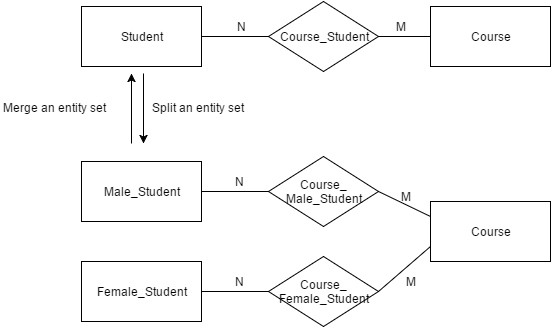
Before: diagram/Split&Merge.png, a diagram exported from draw.io (jackey1510/TopicsInCS). Source tidied: cells renumbered, new cells last; positions are measured from the earlier drawing's top-left corner, leaving out a move shared by most shapes. Its diagram source:
```xml
<mxGraphModel background="#ffffff">
  <root>
    <mxCell id="0" />
    <mxCell id="1" parent="0" />
    <mxCell id="2" style="edgeStyle=none;rounded=0;html=1;exitX=1;exitY=0.5;entryX=0;entryY=0.5;endArrow=none;endFill=0;jettySize=auto;" parent="1" edge="1" source="3" target="6">
      <mxGeometry relative="1" as="geometry" />
    </mxCell>
    <mxCell id="3" value="Student" style="whiteSpace=wrap;html=1;strokeWidth=1;" parent="1" vertex="1">
      <mxGeometry x="80" y="5" width="120" height="60" as="geometry" />
    </mxCell>
    <mxCell id="4" value="Course" style="whiteSpace=wrap;html=1;strokeWidth=1;" parent="1" vertex="1">
      <mxGeometry x="429" y="5" width="120" height="60" as="geometry" />
    </mxCell>
    <mxCell id="5" style="edgeStyle=none;rounded=0;html=1;exitX=1;exitY=0.5;entryX=0;entryY=0.5;endArrow=none;endFill=0;jettySize=auto;" parent="1" edge="1" source="6" target="4">
      <mxGeometry relative="1" as="geometry" />
    </mxCell>
    <mxCell id="6" value="Course_Student" style="rhombus;whiteSpace=wrap;html=1;strokeWidth=1;" parent="1" vertex="1">
      <mxGeometry x="267" width="110" height="70" as="geometry" />
    </mxCell>
    <mxCell id="7" style="edgeStyle=none;rounded=0;html=1;exitX=0;exitY=0.5;entryX=0;entryY=0.5;endArrow=none;endFill=0;jettySize=auto;orthogonalLoop=1;" parent="1" edge="1" source="4" target="4">
      <mxGeometry relative="1" as="geometry" />
    </mxCell>
    <mxCell id="8" value="N" style="text;html=1;strokeColor=none;fillColor=none;align=center;verticalAlign=middle;whiteSpace=wrap;" parent="1" vertex="1">
      <mxGeometry x="219" y="15" width="40" height="20" as="geometry" />
    </mxCell>
    <mxCell id="9" value="M" style="text;html=1;strokeColor=none;fillColor=none;align=center;verticalAlign=middle;whiteSpace=wrap;" parent="1" vertex="1">
      <mxGeometry x="379" y="15" width="40" height="20" as="geometry" />
    </mxCell>
    <mxCell id="10" style="edgeStyle=none;rounded=0;html=1;exitX=1;exitY=0.5;entryX=0;entryY=0.5;endArrow=none;endFill=0;jettySize=auto;" parent="1" edge="1" source="11" target="15">
      <mxGeometry x="287" y="365" as="geometry" />
    </mxCell>
    <mxCell id="11" value="Female_Student" style="whiteSpace=wrap;html=1;strokeWidth=1;" parent="1" vertex="1">
      <mxGeometry x="80" y="260" width="120" height="60" as="geometry" />
    </mxCell>
    <mxCell id="12" style="edgeStyle=none;rounded=0;html=1;exitX=0;exitY=0.25;entryX=1;entryY=0.5;endArrow=none;endFill=0;jettySize=auto;" parent="1" edge="1" source="13" target="22">
      <mxGeometry relative="1" as="geometry" />
    </mxCell>
    <mxCell id="13" value="Course" style="whiteSpace=wrap;html=1;strokeWidth=1;" parent="1" vertex="1">
      <mxGeometry x="429" y="200" width="120" height="60" as="geometry" />
    </mxCell>
    <mxCell id="14" style="edgeStyle=none;rounded=0;html=1;exitX=1;exitY=0.5;entryX=0;entryY=0.75;endArrow=none;endFill=0;jettySize=auto;" parent="1" edge="1" source="15" target="13">
      <mxGeometry x="455" y="365" as="geometry" />
    </mxCell>
    <mxCell id="15" value="Course_&lt;div&gt;Female_&lt;span&gt;Student&lt;/span&gt;&lt;/div&gt;" style="rhombus;whiteSpace=wrap;html=1;strokeWidth=1;" parent="1" vertex="1">
      <mxGeometry x="267" y="255" width="110" height="70" as="geometry" />
    </mxCell>
    <mxCell id="16" style="edgeStyle=none;rounded=0;html=1;exitX=0;exitY=0.5;entryX=0;entryY=0.5;endArrow=none;endFill=0;jettySize=auto;orthogonalLoop=1;" parent="1" edge="1" source="13" target="13">
      <mxGeometry x="507" y="365" as="geometry" />
    </mxCell>
    <mxCell id="17" value="N" style="text;html=1;strokeColor=none;fillColor=none;align=center;verticalAlign=middle;whiteSpace=wrap;" parent="1" vertex="1">
      <mxGeometry x="217" y="270" width="40" height="20" as="geometry" />
    </mxCell>
    <mxCell id="18" value="M" style="text;html=1;strokeColor=none;fillColor=none;align=center;verticalAlign=middle;whiteSpace=wrap;" parent="1" vertex="1">
      <mxGeometry x="389" y="270" width="40" height="20" as="geometry" />
    </mxCell>
    <mxCell id="19" style="edgeStyle=none;rounded=0;html=1;exitX=1;exitY=0.5;entryX=0;entryY=0.5;endArrow=none;endFill=0;jettySize=auto;" parent="1" edge="1" source="20" target="22">
      <mxGeometry x="280" y="265" as="geometry" />
    </mxCell>
    <mxCell id="20" value="Male_Student" style="whiteSpace=wrap;html=1;strokeWidth=1;" parent="1" vertex="1">
      <mxGeometry x="80" y="160" width="120" height="60" as="geometry" />
    </mxCell>
    <mxCell id="21" style="edgeStyle=none;rounded=0;html=1;exitX=1;exitY=0.5;endArrow=none;endFill=0;jettySize=auto;orthogonalLoop=1;entryX=1;entryY=0.5;" parent="1" edge="1" source="22" target="22">
      <mxGeometry relative="1" as="geometry" />
    </mxCell>
    <mxCell id="22" value="Course_&lt;div&gt;Male_&lt;span&gt;Student&lt;/span&gt;&lt;/div&gt;" style="rhombus;whiteSpace=wrap;html=1;strokeWidth=1;" parent="1" vertex="1">
      <mxGeometry x="267" y="155" width="110" height="70" as="geometry" />
    </mxCell>
    <mxCell id="23" value="N" style="text;html=1;strokeColor=none;fillColor=none;align=center;verticalAlign=middle;whiteSpace=wrap;" parent="1" vertex="1">
      <mxGeometry x="217" y="170" width="40" height="20" as="geometry" />
    </mxCell>
    <mxCell id="24" value="M" style="text;html=1;strokeColor=none;fillColor=none;align=center;verticalAlign=middle;whiteSpace=wrap;" parent="1" vertex="1">
      <mxGeometry x="384" y="185" width="40" height="20" as="geometry" />
    </mxCell>
    <mxCell id="25" value="Split an entity set" style="text;html=1;align=left;verticalAlign=top;spacingTop=-4;" parent="1" vertex="1">
      <mxGeometry x="149" y="97" width="110" height="20" as="geometry" />
    </mxCell>
    <mxCell id="26" style="endArrow=classic;html=1;" parent="1" edge="1">
      <mxGeometry relative="1" as="geometry">
        <mxPoint x="130" y="142" as="sourcePoint" />
        <mxPoint x="130" y="72" as="targetPoint" />
      </mxGeometry>
    </mxCell>
    <mxCell id="27" value="Merge an entity set" style="text;html=1;align=left;verticalAlign=top;spacingTop=-4;" parent="1" vertex="1">
      <mxGeometry y="97" width="120" height="20" as="geometry" />
    </mxCell>
    <mxCell id="28" style="endArrow=classic;html=1;" parent="1" edge="1">
      <mxGeometry relative="1" as="geometry">
        <mxPoint x="142" y="72" as="sourcePoint" />
        <mxPoint x="142" y="142" as="targetPoint" />
      </mxGeometry>
    </mxCell>
  </root>
</mxGraphModel>
```
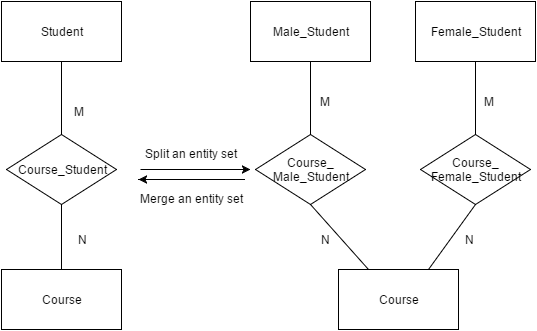
Above is the later version.

Commit message:
added and fixed some diagrams and coded the index

What changed in the source:
```diff
@@ -2,92 +2,95 @@
   <root>
     <mxCell id="0" />
     <mxCell id="1" parent="0" />
-    <mxCell id="2" style="edgeStyle=none;rounded=0;html=1;exitX=1;exitY=0.5;entryX=0;entryY=0.5;endArrow=none;endFill=0;jettySize=auto;" parent="1" edge="1" source="3" target="6">
+    <mxCell id="2" style="edgeStyle=none;rounded=0;html=1;exitX=0.5;exitY=0;entryX=0.5;entryY=1;endArrow=none;endFill=0;jettySize=auto;" parent="1" edge="1" source="4" target="6">
       <mxGeometry relative="1" as="geometry" />
     </mxCell>
     <mxCell id="3" value="Student" style="whiteSpace=wrap;html=1;strokeWidth=1;" parent="1" vertex="1">
-      <mxGeometry x="80" y="5" width="120" height="60" as="geometry" />
+      <mxGeometry x="-17" y="192" width="120" height="60" as="geometry" />
     </mxCell>
     <mxCell id="4" value="Course" style="whiteSpace=wrap;html=1;strokeWidth=1;" parent="1" vertex="1">
-      <mxGeometry x="429" y="5" width="120" height="60" as="geometry" />
+      <mxGeometry x="-17" y="460" width="120" height="60" as="geometry" />
     </mxCell>
-    <mxCell id="5" style="edgeStyle=none;rounded=0;html=1;exitX=1;exitY=0.5;entryX=0;entryY=0.5;endArrow=none;endFill=0;jettySize=auto;" parent="1" edge="1" source="6" target="4">
+    <mxCell id="5" style="edgeStyle=none;rounded=0;html=1;exitX=0.5;exitY=0;endArrow=none;endFill=0;jettySize=auto;" parent="1" edge="1" source="6" target="3">
       <mxGeometry relative="1" as="geometry" />
     </mxCell>
     <mxCell id="6" value="Course_Student" style="rhombus;whiteSpace=wrap;html=1;strokeWidth=1;" parent="1" vertex="1">
-      <mxGeometry x="267" width="110" height="70" as="geometry" />
+      <mxGeometry x="-12" y="325" width="110" height="70" as="geometry" />
     </mxCell>
     <mxCell id="7" style="edgeStyle=none;rounded=0;html=1;exitX=0;exitY=0.5;entryX=0;entryY=0.5;endArrow=none;endFill=0;jettySize=auto;orthogonalLoop=1;" parent="1" edge="1" source="4" target="4">
       <mxGeometry relative="1" as="geometry" />
     </mxCell>
     <mxCell id="8" value="N" style="text;html=1;strokeColor=none;fillColor=none;align=center;verticalAlign=middle;whiteSpace=wrap;" parent="1" vertex="1">
-      <mxGeometry x="219" y="15" width="40" height="20" as="geometry" />
+      <mxGeometry x="43" y="420" width="40" height="20" as="geometry" />
     </mxCell>
     <mxCell id="9" value="M" style="text;html=1;strokeColor=none;fillColor=none;align=center;verticalAlign=middle;whiteSpace=wrap;" parent="1" vertex="1">
-      <mxGeometry x="379" y="15" width="40" height="20" as="geometry" />
+      <mxGeometry x="40" y="292" width="40" height="20" as="geometry" />
     </mxCell>
-    <mxCell id="10" style="edgeStyle=none;rounded=0;html=1;exitX=1;exitY=0.5;entryX=0;entryY=0.5;endArrow=none;endFill=0;jettySize=auto;" parent="1" edge="1" source="11" target="15">
-      <mxGeometry x="287" y="365" as="geometry" />
+    <mxCell id="10" style="edgeStyle=none;rounded=0;html=1;exitX=0.5;exitY=0;entryX=0.5;entryY=1;endArrow=none;endFill=0;jettySize=auto;" parent="1" edge="1" source="11" target="15">
+      <mxGeometry x="380" y="367" as="geometry" />
     </mxCell>
     <mxCell id="11" value="Female_Student" style="whiteSpace=wrap;html=1;strokeWidth=1;" parent="1" vertex="1">
-      <mxGeometry x="80" y="260" width="120" height="60" as="geometry" />
+      <mxGeometry x="397" y="192" width="120" height="60" as="geometry" />
     </mxCell>
-    <mxCell id="12" style="edgeStyle=none;rounded=0;html=1;exitX=0;exitY=0.25;entryX=1;entryY=0.5;endArrow=none;endFill=0;jettySize=auto;" parent="1" edge="1" source="13" target="22">
+    <mxCell id="12" style="edgeStyle=none;rounded=0;html=1;exitX=0.25;exitY=0;entryX=0.5;entryY=1;endArrow=none;endFill=0;jettySize=auto;" parent="1" edge="1" source="13" target="22">
       <mxGeometry relative="1" as="geometry" />
     </mxCell>
     <mxCell id="13" value="Course" style="whiteSpace=wrap;html=1;strokeWidth=1;" parent="1" vertex="1">
-      <mxGeometry x="429" y="200" width="120" height="60" as="geometry" />
+      <mxGeometry x="320" y="460" width="120" height="60" as="geometry" />
     </mxCell>
-    <mxCell id="14" style="edgeStyle=none;rounded=0;html=1;exitX=1;exitY=0.5;entryX=0;entryY=0.75;endArrow=none;endFill=0;jettySize=auto;" parent="1" edge="1" source="15" target="13">
-      <mxGeometry x="455" y="365" as="geometry" />
+    <mxCell id="14" style="edgeStyle=none;rounded=0;html=1;exitX=0.5;exitY=1;entryX=0.75;entryY=0;endArrow=none;endFill=0;jettySize=auto;" parent="1" edge="1" source="15" target="13">
+      <mxGeometry x="548" y="367" as="geometry" />
     </mxCell>
     <mxCell id="15" value="Course_&lt;div&gt;Female_&lt;span&gt;Student&lt;/span&gt;&lt;/div&gt;" style="rhombus;whiteSpace=wrap;html=1;strokeWidth=1;" parent="1" vertex="1">
-      <mxGeometry x="267" y="255" width="110" height="70" as="geometry" />
+      <mxGeometry x="402" y="325" width="110" height="70" as="geometry" />
     </mxCell>
     <mxCell id="16" style="edgeStyle=none;rounded=0;html=1;exitX=0;exitY=0.5;entryX=0;entryY=0.5;endArrow=none;endFill=0;jettySize=auto;orthogonalLoop=1;" parent="1" edge="1" source="13" target="13">
-      <mxGeometry x="507" y="365" as="geometry" />
+      <mxGeometry x="600" y="367" as="geometry" />
     </mxCell>
     <mxCell id="17" value="N" style="text;html=1;strokeColor=none;fillColor=none;align=center;verticalAlign=middle;whiteSpace=wrap;" parent="1" vertex="1">
-      <mxGeometry x="217" y="270" width="40" height="20" as="geometry" />
+      <mxGeometry x="286" y="420" width="40" height="20" as="geometry" />
     </mxCell>
     <mxCell id="18" value="M" style="text;html=1;strokeColor=none;fillColor=none;align=center;verticalAlign=middle;whiteSpace=wrap;" parent="1" vertex="1">
-      <mxGeometry x="389" y="270" width="40" height="20" as="geometry" />
+      <mxGeometry x="450" y="282" width="40" height="20" as="geometry" />
     </mxCell>
-    <mxCell id="19" style="edgeStyle=none;rounded=0;html=1;exitX=1;exitY=0.5;entryX=0;entryY=0.5;endArrow=none;endFill=0;jettySize=auto;" parent="1" edge="1" source="20" target="22">
-      <mxGeometry x="280" y="265" as="geometry" />
+    <mxCell id="19" style="edgeStyle=none;rounded=0;html=1;exitX=0.5;exitY=0;entryX=0.5;entryY=1;endArrow=none;endFill=0;jettySize=auto;" parent="1" edge="1" source="20" target="22">
+      <mxGeometry x="373" y="267" as="geometry" />
     </mxCell>
     <mxCell id="20" value="Male_Student" style="whiteSpace=wrap;html=1;strokeWidth=1;" parent="1" vertex="1">
-      <mxGeometry x="80" y="160" width="120" height="60" as="geometry" />
+      <mxGeometry x="232" y="192" width="120" height="60" as="geometry" />
     </mxCell>
     <mxCell id="21" style="edgeStyle=none;rounded=0;html=1;exitX=1;exitY=0.5;endArrow=none;endFill=0;jettySize=auto;orthogonalLoop=1;entryX=1;entryY=0.5;" parent="1" edge="1" source="22" target="22">
       <mxGeometry relative="1" as="geometry" />
     </mxCell>
     <mxCell id="22" value="Course_&lt;div&gt;Male_&lt;span&gt;Student&lt;/span&gt;&lt;/div&gt;" style="rhombus;whiteSpace=wrap;html=1;strokeWidth=1;" parent="1" vertex="1">
-      <mxGeometry x="267" y="155" width="110" height="70" as="geometry" />
+      <mxGeometry x="237" y="325" width="110" height="70" as="geometry" />
     </mxCell>
     <mxCell id="23" value="N" style="text;html=1;strokeColor=none;fillColor=none;align=center;verticalAlign=middle;whiteSpace=wrap;" parent="1" vertex="1">
-      <mxGeometry x="217" y="170" width="40" height="20" as="geometry" />
+      <mxGeometry x="430" y="420" width="40" height="20" as="geometry" />
     </mxCell>
     <mxCell id="24" value="M" style="text;html=1;strokeColor=none;fillColor=none;align=center;verticalAlign=middle;whiteSpace=wrap;" parent="1" vertex="1">
-      <mxGeometry x="384" y="185" width="40" height="20" as="geometry" />
+      <mxGeometry x="286" y="282" width="40" height="20" as="geometry" />
     </mxCell>
     <mxCell id="25" value="Split an entity set" style="text;html=1;align=left;verticalAlign=top;spacingTop=-4;" parent="1" vertex="1">
-      <mxGeometry x="149" y="97" width="110" height="20" as="geometry" />
+      <mxGeometry x="125" y="335" width="110" height="20" as="geometry" />
     </mxCell>
-    <mxCell id="26" style="endArrow=classic;html=1;" parent="1" edge="1">
-      <mxGeometry relative="1" as="geometry">
-        <mxPoint x="130" y="142" as="sourcePoint" />
-        <mxPoint x="130" y="72" as="targetPoint" />
-      </mxGeometry>
-    </mxCell>
     <mxCell id="27" value="Merge an entity set" style="text;html=1;align=left;verticalAlign=top;spacingTop=-4;" parent="1" vertex="1">
-      <mxGeometry y="97" width="120" height="20" as="geometry" />
+      <mxGeometry x="120" y="380" width="120" height="20" as="geometry" />
     </mxCell>
-    <mxCell id="28" style="endArrow=classic;html=1;" parent="1" edge="1">
-      <mxGeometry relative="1" as="geometry">
-        <mxPoint x="142" y="72" as="sourcePoint" />
-        <mxPoint x="142" y="142" as="targetPoint" />
-      </mxGeometry>
-    </mxCell>
+    <mxCell id="29" style="endArrow=classic;html=1;exitX=0.333;exitY=-0.05;exitPerimeter=0;" parent="1" edge="1">
+      <mxGeometry x="200" y="447" as="geometry">
+        <mxPoint x="120" y="370" as="sourcePoint" />
+        <mxPoint x="120" y="370" as="targetPoint" />
+        <Array as="points">
+          <mxPoint x="231" y="370" />
+        </Array>
+      </mxGeometry>
+    </mxCell>
+    <mxCell id="30" style="endArrow=classic;html=1;" parent="1" edge="1">
+      <mxGeometry x="202" y="437" as="geometry">
+        <mxPoint x="122" y="360" as="sourcePoint" />
+        <mxPoint x="232" y="360" as="targetPoint" />
+      </mxGeometry>
+    </mxCell>
   </root>
 </mxGraphModel>
```
